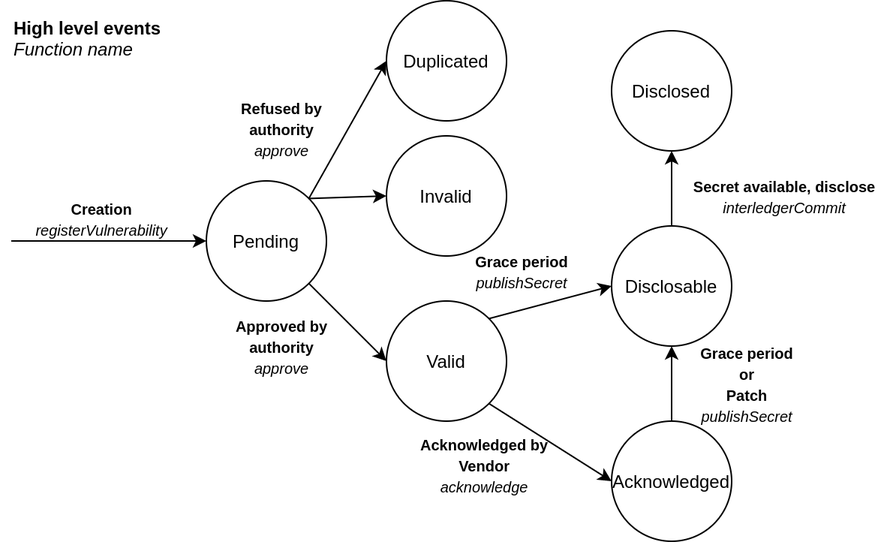
SOFIE-project/ARD-Implementation keeps this draw.io diagram as ARD public ledger/images/StateMachine.png. Above is the earlier version. Source tidied: cells renumbered, new cells last; positions are measured from the earlier drawing's top-left corner, leaving out a move shared by most shapes.
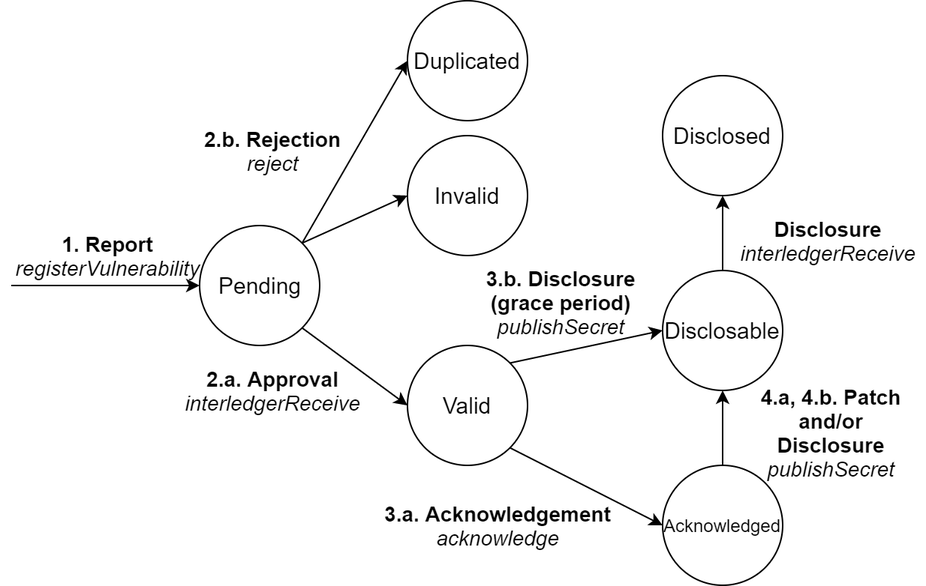
The same file after the commit.

Diff of the diagram source:
```diff
@@ -2,20 +2,20 @@
   <root>
     <mxCell id="0" />
     <mxCell id="1" parent="0" />
-    <mxCell id="2" value="Pending" style="ellipse;whiteSpace=wrap;html=1;" parent="1" vertex="1">
-      <mxGeometry x="130" y="120" width="80" height="80" as="geometry" />
+    <mxCell id="2" value="&lt;font style=&quot;font-size: 15px;&quot;&gt;Pending&lt;/font&gt;" style="ellipse;whiteSpace=wrap;html=1;fontSize=15;" parent="1" vertex="1">
+      <mxGeometry x="181.5" y="-160" width="80" height="80" as="geometry" />
     </mxCell>
-    <mxCell id="3" value="Invalid" style="ellipse;whiteSpace=wrap;html=1;" parent="1" vertex="1">
-      <mxGeometry x="250" y="90" width="80" height="80" as="geometry" />
+    <mxCell id="3" value="Invalid" style="ellipse;whiteSpace=wrap;html=1;fontSize=15;" parent="1" vertex="1">
+      <mxGeometry x="320" y="-220" width="80" height="80" as="geometry" />
     </mxCell>
-    <mxCell id="4" value="Valid" style="ellipse;whiteSpace=wrap;html=1;" parent="1" vertex="1">
-      <mxGeometry x="250" y="200" width="80" height="80" as="geometry" />
+    <mxCell id="4" value="Valid" style="ellipse;whiteSpace=wrap;html=1;fontSize=15;" parent="1" vertex="1">
+      <mxGeometry x="320" y="-80" width="80" height="80" as="geometry" />
     </mxCell>
     <mxCell id="5" value="Acknowledged" style="ellipse;whiteSpace=wrap;html=1;" parent="1" vertex="1">
-      <mxGeometry x="400" y="280" width="80" height="80" as="geometry" />
+      <mxGeometry x="490" width="80" height="80" as="geometry" />
     </mxCell>
-    <mxCell id="6" value="Disclosable" style="ellipse;whiteSpace=wrap;html=1;" parent="1" vertex="1">
-      <mxGeometry x="400" y="150" width="80" height="80" as="geometry" />
+    <mxCell id="6" value="Disclosable" style="ellipse;whiteSpace=wrap;html=1;fontSize=15;" parent="1" vertex="1">
+      <mxGeometry x="490" y="-130" width="80" height="80" as="geometry" />
     </mxCell>
     <mxCell id="7" style="endArrow=classic;html=1;exitX=1;exitY=0;exitDx=0;exitDy=0;entryX=0;entryY=0.5;entryDx=0;entryDy=0;" parent="1" edge="1" source="2" target="3">
       <mxGeometry relative="1" as="geometry" />
@@ -23,10 +23,8 @@
     <mxCell id="8" style="endArrow=classic;html=1;exitX=1;exitY=1;exitDx=0;exitDy=0;entryX=0;entryY=0.5;entryDx=0;entryDy=0;" parent="1" edge="1" source="2" target="4">
       <mxGeometry relative="1" as="geometry" />
     </mxCell>
-    <mxCell id="9" style="endArrow=classic;html=1;entryX=0;entryY=0.5;entryDx=0;entryDy=0;" parent="1" edge="1" target="2">
-      <mxGeometry relative="1" as="geometry">
-        <mxPoint y="160" as="sourcePoint" />
-      </mxGeometry>
+    <mxCell id="9" style="endArrow=classic;html=1;entryX=0;entryY=0.5;entryDx=0;entryDy=0;exitX=0.043;exitY=1;exitDx=0;exitDy=0;exitPerimeter=0;" parent="1" edge="1" source="13" target="2">
+      <mxGeometry relative="1" as="geometry" />
     </mxCell>
     <mxCell id="10" style="endArrow=classic;html=1;exitX=1;exitY=0;exitDx=0;exitDy=0;entryX=0;entryY=0.5;entryDx=0;entryDy=0;" parent="1" edge="1" source="4" target="6">
       <mxGeometry relative="1" as="geometry" />
@@ -37,41 +35,38 @@
     <mxCell id="12" style="endArrow=classic;html=1;exitX=0.5;exitY=0;exitDx=0;exitDy=0;entryX=0.5;entryY=1;entryDx=0;entryDy=0;" parent="1" edge="1" source="5" target="6">
       <mxGeometry relative="1" as="geometry" />
     </mxCell>
-    <mxCell id="13" value="&lt;font style=&quot;font-size: 10px&quot;&gt;&lt;b&gt;Creation&lt;/b&gt;&lt;br&gt;&lt;i&gt;registerVulnerability&lt;/i&gt;&lt;/font&gt;" style="text;html=1;align=center;verticalAlign=middle;points=[];" parent="1" vertex="1">
-      <mxGeometry x="10" y="125" width="100" height="40" as="geometry" />
+    <mxCell id="13" value="&lt;font style=&quot;font-size: 14px;&quot;&gt;&lt;b style=&quot;font-size: 14px;&quot;&gt;1. Report&lt;/b&gt;&lt;br style=&quot;font-size: 14px;&quot;&gt;&lt;i style=&quot;font-size: 14px;&quot;&gt;registerVulnerability&lt;/i&gt;&lt;/font&gt;" style="text;html=1;align=center;verticalAlign=middle;points=[];fontSize=14;" parent="1" vertex="1">
+      <mxGeometry x="50" y="-160" width="140" height="40" as="geometry" />
     </mxCell>
-    <mxCell id="14" value="&lt;font style=&quot;font-size: 10px&quot;&gt;&lt;b&gt;Refused by&lt;br&gt;authority&lt;/b&gt;&lt;br&gt;&lt;i&gt;approve&lt;/i&gt;&lt;/font&gt;" style="text;html=1;align=center;verticalAlign=middle;" parent="1" vertex="1">
-      <mxGeometry x="145" y="60" width="70" height="50" as="geometry" />
+    <mxCell id="14" value="&lt;font style=&quot;font-size: 14px;&quot;&gt;&lt;b style=&quot;font-size: 14px;&quot;&gt;2.b. Rejection&lt;br style=&quot;font-size: 14px;&quot;&gt;&lt;/b&gt;&lt;i style=&quot;font-size: 14px;&quot;&gt;reject&lt;/i&gt;&lt;/font&gt;" style="text;html=1;align=center;verticalAlign=middle;fontSize=14;" parent="1" vertex="1">
+      <mxGeometry x="175" y="-230" width="110" height="40" as="geometry" />
     </mxCell>
-    <mxCell id="15" value="&lt;font style=&quot;font-size: 10px&quot;&gt;&lt;b&gt;Approved by&lt;br&gt;authority&lt;/b&gt;&lt;br&gt;&lt;i&gt;approve&lt;/i&gt;&lt;/font&gt;" style="text;html=1;align=center;verticalAlign=middle;" parent="1" vertex="1">
-      <mxGeometry x="140" y="205" width="80" height="50" as="geometry" />
+    <mxCell id="15" value="&lt;font style=&quot;font-size: 14px;&quot;&gt;&lt;b style=&quot;font-size: 14px;&quot;&gt;2.a. Approval&lt;br style=&quot;font-size: 14px;&quot;&gt;&lt;/b&gt;&lt;i style=&quot;font-size: 14px;&quot;&gt;interledgerReceive&lt;/i&gt;&lt;br style=&quot;font-size: 14px;&quot;&gt;&lt;/font&gt;" style="text;html=1;align=center;verticalAlign=middle;fontSize=14;" parent="1" vertex="1">
+      <mxGeometry x="165" y="-70" width="130" height="40" as="geometry" />
     </mxCell>
-    <mxCell id="16" value="&lt;font style=&quot;font-size: 10px&quot;&gt;&lt;b&gt;Acknowledged by&lt;br&gt;Vendor&lt;/b&gt;&lt;br&gt;&lt;i&gt;acknowledge&lt;/i&gt;&lt;/font&gt;" style="text;html=1;align=center;verticalAlign=middle;" parent="1" vertex="1">
-      <mxGeometry x="265" y="284" width="100" height="50" as="geometry" />
+    <mxCell id="16" value="&lt;font style=&quot;font-size: 14px;&quot;&gt;&lt;b style=&quot;font-size: 14px;&quot;&gt;3.a. Acknowledgement&lt;/b&gt;&lt;br style=&quot;font-size: 14px;&quot;&gt;&lt;i style=&quot;font-size: 14px;&quot;&gt;acknowledge&lt;/i&gt;&lt;/font&gt;" style="text;html=1;align=center;verticalAlign=middle;fontSize=14;" parent="1" vertex="1">
+      <mxGeometry x="295" y="20" width="170" height="40" as="geometry" />
     </mxCell>
-    <mxCell id="17" value="&lt;font&gt;&lt;b style=&quot;font-size: 10px&quot;&gt;Grace period&lt;/b&gt;&lt;br&gt;&lt;span style=&quot;font-size: 10px&quot;&gt;&lt;i&gt;publishSecret&lt;/i&gt;&lt;/span&gt;&lt;br&gt;&lt;/font&gt;" style="text;html=1;align=center;verticalAlign=middle;" parent="1" vertex="1">
-      <mxGeometry x="300" y="160" width="80" height="40" as="geometry" />
+    <mxCell id="17" value="&lt;font style=&quot;font-size: 14px;&quot;&gt;&lt;span style=&quot;font-size: 14px;&quot;&gt;&lt;b style=&quot;font-size: 14px;&quot;&gt;3.b. Disclosure&lt;br style=&quot;font-size: 14px;&quot;&gt;(grace period)&lt;br style=&quot;font-size: 14px;&quot;&gt;&lt;/b&gt;&lt;i style=&quot;font-size: 14px;&quot;&gt;publishSecret&lt;/i&gt;&lt;/span&gt;&lt;br style=&quot;font-size: 14px;&quot;&gt;&lt;/font&gt;" style="text;html=1;align=center;verticalAlign=middle;fontSize=14;" parent="1" vertex="1">
+      <mxGeometry x="361.5" y="-139" width="120" height="60" as="geometry" />
     </mxCell>
-    <mxCell id="18" value="&lt;font&gt;&lt;b style=&quot;font-size: 10px&quot;&gt;Grace period&lt;br&gt;or&lt;br&gt;Patch&lt;/b&gt;&lt;br&gt;&lt;span style=&quot;font-size: 10px&quot;&gt;&lt;i&gt;publishSecret&lt;/i&gt;&lt;/span&gt;&lt;br&gt;&lt;/font&gt;" style="text;html=1;align=center;verticalAlign=middle;" parent="1" vertex="1">
-      <mxGeometry x="450" y="220" width="80" height="70" as="geometry" />
+    <mxCell id="18" value="&lt;font style=&quot;font-size: 14px;&quot;&gt;&lt;span style=&quot;font-size: 14px;&quot;&gt;&lt;b style=&quot;font-size: 14px;&quot;&gt;4.a, 4.b. Patch&lt;br style=&quot;font-size: 14px;&quot;&gt;and/or&lt;br style=&quot;font-size: 14px;&quot;&gt;Disclosure&lt;/b&gt;&lt;/span&gt;&lt;br style=&quot;font-size: 14px;&quot;&gt;&lt;span style=&quot;font-size: 14px;&quot;&gt;&lt;i style=&quot;font-size: 14px;&quot;&gt;publishSecret&lt;/i&gt;&lt;/span&gt;&lt;br style=&quot;font-size: 14px;&quot;&gt;&lt;/font&gt;" style="text;html=1;align=center;verticalAlign=middle;fontSize=14;" parent="1" vertex="1">
+      <mxGeometry x="546.5" y="-57" width="110" height="70" as="geometry" />
     </mxCell>
-    <mxCell id="19" value="&lt;b&gt;High level events&lt;/b&gt;&lt;br&gt;&lt;i&gt;Function name&lt;/i&gt;" style="text;html=1;align=left;verticalAlign=middle;points=[];" parent="1" vertex="1">
-      <mxGeometry y="10" width="110" height="30" as="geometry" />
+    <mxCell id="19" value="Disclosed" style="ellipse;whiteSpace=wrap;html=1;fontSize=15;" parent="1" vertex="1">
+      <mxGeometry x="490" y="-260" width="80" height="80" as="geometry" />
     </mxCell>
-    <mxCell id="20" value="Disclosed" style="ellipse;whiteSpace=wrap;html=1;" parent="1" vertex="1">
-      <mxGeometry x="400" y="20" width="80" height="80" as="geometry" />
+    <mxCell id="20" style="endArrow=classic;html=1;entryX=0.5;entryY=1;entryDx=0;entryDy=0;exitX=0.5;exitY=0;exitDx=0;exitDy=0;" parent="1" edge="1" source="6" target="19">
+      <mxGeometry relative="1" as="geometry" />
     </mxCell>
-    <mxCell id="21" style="endArrow=classic;html=1;entryX=0.5;entryY=1;entryDx=0;entryDy=0;exitX=0.5;exitY=0;exitDx=0;exitDy=0;" parent="1" edge="1" source="6" target="20">
-      <mxGeometry relative="1" as="geometry" />
+    <mxCell id="21" value="&lt;font style=&quot;font-size: 14px;&quot;&gt;&lt;span style=&quot;font-size: 14px;&quot;&gt;&lt;b style=&quot;font-size: 14px;&quot;&gt;Disclosure&lt;br style=&quot;font-size: 14px;&quot;&gt;&lt;/b&gt;&lt;/span&gt;&lt;i style=&quot;font-size: 14px;&quot;&gt;interledgerReceive&lt;/i&gt;&lt;br style=&quot;font-size: 14px;&quot;&gt;&lt;/font&gt;" style="text;html=1;align=center;verticalAlign=middle;fontSize=14;" parent="1" vertex="1">
+      <mxGeometry x="535" y="-170" width="130" height="40" as="geometry" />
     </mxCell>
-    <mxCell id="22" value="&lt;font&gt;&lt;span style=&quot;font-size: 10px&quot;&gt;&lt;b&gt;Secret available, disclose&lt;br&gt;&lt;/b&gt;&lt;/span&gt;&lt;span style=&quot;font-size: 10px&quot;&gt;&lt;i&gt;interledgerCommit&lt;/i&gt;&lt;/span&gt;&lt;br&gt;&lt;/font&gt;" style="text;html=1;align=center;verticalAlign=middle;points=[];" parent="1" vertex="1">
-      <mxGeometry x="445" y="110" width="140" height="40" as="geometry" />
+    <mxCell id="22" value="Duplicated" style="ellipse;whiteSpace=wrap;html=1;fontSize=15;" parent="1" vertex="1">
+      <mxGeometry x="320" y="-310" width="80" height="80" as="geometry" />
     </mxCell>
-    <mxCell id="23" value="Duplicated" style="ellipse;whiteSpace=wrap;html=1;" parent="1" vertex="1">
-      <mxGeometry x="250" width="80" height="80" as="geometry" />
+    <mxCell id="23" style="endArrow=classic;html=1;exitX=1;exitY=0;exitDx=0;exitDy=0;entryX=0;entryY=0.5;entryDx=0;entryDy=0;" parent="1" edge="1" source="2" target="22">
+      <mxGeometry relative="1" as="geometry" />
     </mxCell>
-    <mxCell id="24" style="endArrow=classic;html=1;exitX=1;exitY=0;exitDx=0;exitDy=0;entryX=0;entryY=0.5;entryDx=0;entryDy=0;" parent="1" edge="1" source="2" target="23">
-      <mxGeometry relative="1" as="geometry" />
-    </mxCell>
   </root>
 </mxGraphModel>
```
